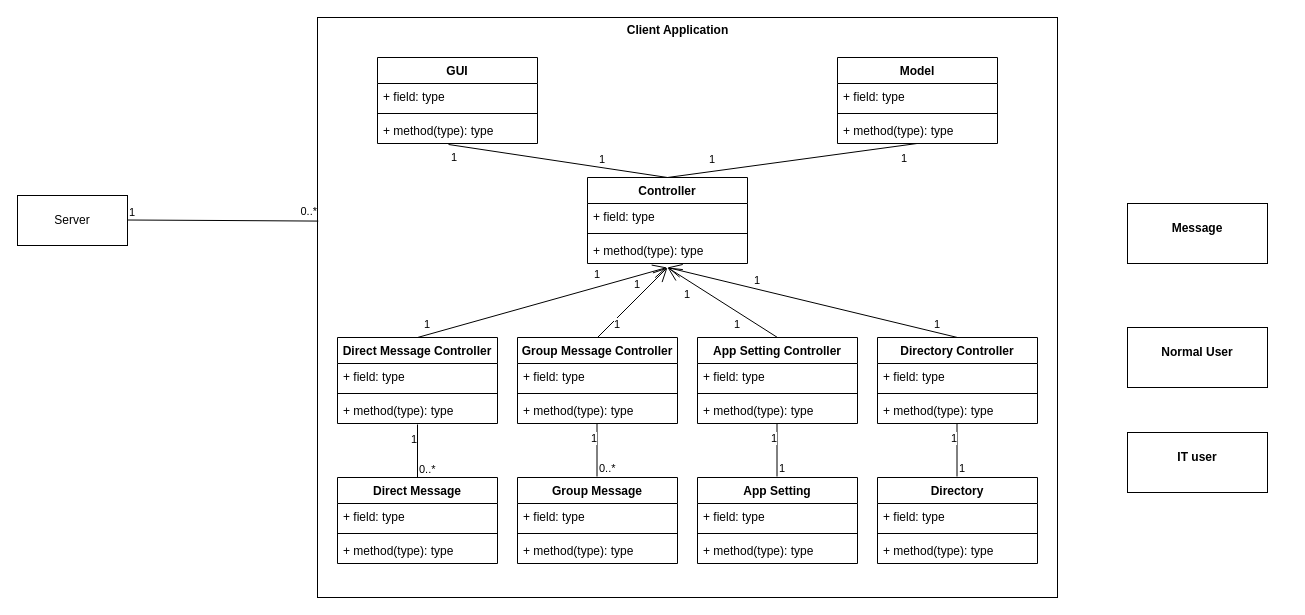
This is page "Client" (2 of 3) of Class_Diagram/Class_Diagram.drawio from Derion12/CS401_Communication_Project_Sp24, a draw.io file, before an edit. Source tidied: cells renumbered, new cells numbered last; positions are measured from the earlier drawing's top-left corner, leaving out a move shared by most shapes. Both pictures are drawn from the tidied source at 100%, with x=0, y=0 at pixel (17, 17).
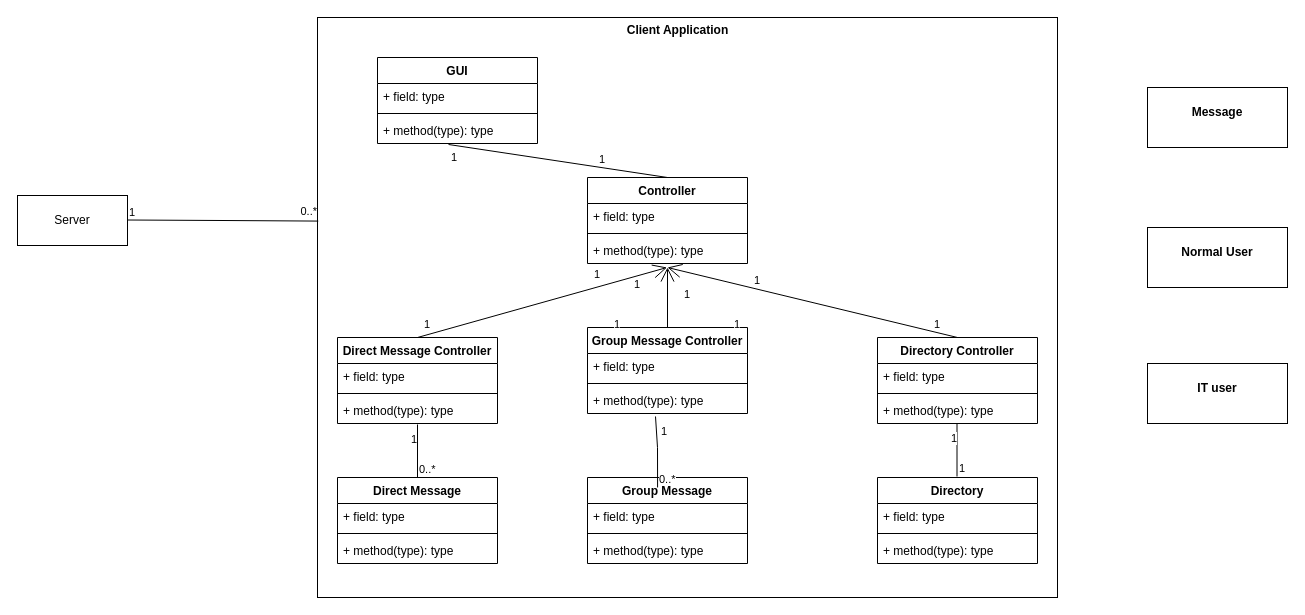
After the change.

The change refers to these unchanged cells:
```xml
<mxCell id="11" value="Controller" style="swimlane;fontStyle=1;align=center;verticalAlign=top;horizontal=1;startSize=26;whiteSpace=wrap;html=1;" parent="1" vertex="1">
  <mxGeometry x="570" y="160" width="160" height="86" as="geometry" />
</mxCell>
<mxCell id="22" value="+ method(type): type" style="text;strokeColor=none;fillColor=none;align=left;verticalAlign=top;spacingLeft=4;spacingRight=4;overflow=hidden;points=[[0,0.5],[1,0.5]];portConstraint=eastwest;whiteSpace=wrap;html=1;" parent="19" vertex="1">
  <mxGeometry y="60" width="160" height="26" as="geometry" />
</mxCell>
```

What changed in the source:
```diff
@@
-    <mxCell id="7" value="Model" style="swimlane;fontStyle=1;align=center;verticalAlign=top;horizontal=1;startSize=26;whiteSpace=wrap;html=1;" parent="1" vertex="1">
-      <mxGeometry x="820" y="40" width="160" height="86" as="geometry" />
-    </mxCell>
-    <mxCell id="8" value="+ field: type" style="text;strokeColor=none;fillColor=none;align=left;verticalAlign=top;spacingLeft=4;spacingRight=4;overflow=hidden;whiteSpace=wrap;html=1;" parent="7" vertex="1">
-      <mxGeometry y="26" width="160" height="26" as="geometry" />
-    </mxCell>
-    <mxCell id="9" style="line;strokeWidth=1;fillColor=none;align=left;verticalAlign=middle;spacingTop=-1;spacingLeft=3;spacingRight=3;labelPosition=right;strokeColor=inherit;" parent="7" vertex="1">
-      <mxGeometry y="52" width="160" height="8" as="geometry" />
-    </mxCell>
-    <mxCell id="10" value="+ method(type): type" style="text;strokeColor=none;fillColor=none;align=left;verticalAlign=top;spacingLeft=4;spacingRight=4;overflow=hidden;whiteSpace=wrap;html=1;" parent="7" vertex="1">
-      <mxGeometry y="60" width="160" height="26" as="geometry" />
-    </mxCell>
@@
     <mxCell id="19" value="Group Message Controller" style="swimlane;fontStyle=1;align=center;verticalAlign=top;horizontal=1;startSize=26;whiteSpace=wrap;html=1;" parent="1" vertex="1">
-      <mxGeometry x="500" y="320" width="160" height="86" as="geometry" />
+      <mxGeometry x="570" y="310" width="160" height="86" as="geometry" />
     </mxCell>
@@
-    <mxCell id="23" value="App Setting Controller" style="swimlane;fontStyle=1;align=center;verticalAlign=top;horizontal=1;startSize=26;whiteSpace=wrap;html=1;" parent="1" vertex="1">
-      <mxGeometry x="680" y="320" width="160" height="86" as="geometry" />
-    </mxCell>
-    <mxCell id="24" value="+ field: type" style="text;strokeColor=none;fillColor=none;align=left;verticalAlign=top;spacingLeft=4;spacingRight=4;overflow=hidden;whiteSpace=wrap;html=1;" parent="23" vertex="1">
-      <mxGeometry y="26" width="160" height="26" as="geometry" />
-    </mxCell>
-    <mxCell id="25" style="line;strokeWidth=1;fillColor=none;align=left;verticalAlign=middle;spacingTop=-1;spacingLeft=3;spacingRight=3;labelPosition=right;strokeColor=inherit;" parent="23" vertex="1">
-      <mxGeometry y="52" width="160" height="8" as="geometry" />
-    </mxCell>
-    <mxCell id="26" value="+ method(type): type" style="text;strokeColor=none;fillColor=none;align=left;verticalAlign=top;spacingLeft=4;spacingRight=4;overflow=hidden;whiteSpace=wrap;html=1;" parent="23" vertex="1">
-      <mxGeometry y="60" width="160" height="26" as="geometry" />
-    </mxCell>
@@
     <mxCell id="35" value="Group Message" style="swimlane;fontStyle=1;align=center;verticalAlign=top;horizontal=1;startSize=26;whiteSpace=wrap;html=1;" parent="1" vertex="1">
-      <mxGeometry x="500" y="460" width="160" height="86" as="geometry" />
+      <mxGeometry x="570" y="460" width="160" height="86" as="geometry" />
     </mxCell>
@@
-    <mxCell id="39" value="App Setting" style="swimlane;fontStyle=1;align=center;verticalAlign=top;horizontal=1;startSize=26;whiteSpace=wrap;html=1;" parent="1" vertex="1">
-      <mxGeometry x="680" y="460" width="160" height="86" as="geometry" />
-    </mxCell>
-    <mxCell id="40" value="+ field: type" style="text;strokeColor=none;fillColor=none;align=left;verticalAlign=top;spacingLeft=4;spacingRight=4;overflow=hidden;whiteSpace=wrap;html=1;" parent="39" vertex="1">
-      <mxGeometry y="26" width="160" height="26" as="geometry" />
-    </mxCell>
-    <mxCell id="41" style="line;strokeWidth=1;fillColor=none;align=left;verticalAlign=middle;spacingTop=-1;spacingLeft=3;spacingRight=3;labelPosition=right;strokeColor=inherit;" parent="39" vertex="1">
-      <mxGeometry y="52" width="160" height="8" as="geometry" />
-    </mxCell>
-    <mxCell id="42" value="+ method(type): type" style="text;strokeColor=none;fillColor=none;align=left;verticalAlign=top;spacingLeft=4;spacingRight=4;overflow=hidden;whiteSpace=wrap;html=1;" parent="39" vertex="1">
-      <mxGeometry y="60" width="160" height="26" as="geometry" />
-    </mxCell>
@@
-    <mxCell id="50" style="endArrow=none;html=1;rounded=0;exitX=0.5;exitY=0;exitDx=0;exitDy=0;entryX=0.5;entryY=1.038;entryDx=0;entryDy=0;entryPerimeter=0;" parent="1" edge="1">
+    <mxCell id="50" style="endArrow=none;html=1;rounded=0;exitX=0.438;exitY=0.116;exitDx=0;exitDy=0;entryX=0.425;entryY=1.115;entryDx=0;entryDy=0;entryPerimeter=0;exitPerimeter=0;" parent="1" edge="1" source="35" target="22">
       <mxGeometry relative="1" as="geometry">
-        <mxPoint x="579.5" y="459" as="sourcePoint" />
-        <mxPoint x="579.5" y="406" as="targetPoint" />
+        <Array as="points">
+          <mxPoint x="640" y="430" />
+        </Array>
       </mxGeometry>
     </mxCell>
@@
     <mxCell id="52" value="1" style="edgeLabel;html=1;align=right;verticalAlign=bottom;" parent="50" vertex="1">
       <mxGeometry x="1" relative="1" as="geometry">
-        <mxPoint y="23" as="offset" />
+        <mxPoint x="12" y="23" as="offset" />
       </mxGeometry>
     </mxCell>
-    <mxCell id="53" style="endArrow=none;html=1;rounded=0;exitX=0.5;exitY=0;exitDx=0;exitDy=0;entryX=0.5;entryY=1.038;entryDx=0;entryDy=0;entryPerimeter=0;" parent="1" edge="1">
-      <mxGeometry relative="1" as="geometry">
-        <mxPoint x="759.5" y="459" as="sourcePoint" />
-        <mxPoint x="759.5" y="406" as="targetPoint" />
-      </mxGeometry>
-    </mxCell>
-    <mxCell id="54" value="1" style="edgeLabel;html=1;align=left;verticalAlign=bottom;" parent="53" vertex="1">
-      <mxGeometry x="-1" relative="1" as="geometry" />
-    </mxCell>
-    <mxCell id="55" value="1" style="edgeLabel;html=1;align=right;verticalAlign=bottom;" parent="53" vertex="1">
-      <mxGeometry x="1" relative="1" as="geometry">
-        <mxPoint y="23" as="offset" />
-      </mxGeometry>
-    </mxCell>
@@
-    <mxCell id="61" style="endArrow=open;endFill=1;endSize=12;html=1;rounded=0;exitX=0.5;exitY=0;exitDx=0;exitDy=0;" parent="1" edge="1" source="23">
-      <mxGeometry relative="1" as="geometry">
-        <mxPoint x="650" y="250" as="targetPoint" />
-      </mxGeometry>
-    </mxCell>
@@
-    <mxCell id="63" style="endArrow=none;html=1;rounded=0;exitX=0.5;exitY=0;exitDx=0;exitDy=0;entryX=0.5;entryY=1.038;entryDx=0;entryDy=0;entryPerimeter=0;" parent="1" edge="1" source="11">
-      <mxGeometry relative="1" as="geometry">
-        <mxPoint x="899.5" y="126" as="targetPoint" />
-      </mxGeometry>
-    </mxCell>
-    <mxCell id="64" value="1" style="edgeLabel;html=1;align=left;verticalAlign=bottom;" parent="63" vertex="1">
-      <mxGeometry x="-1" relative="1" as="geometry">
-        <mxPoint x="40" y="-10" as="offset" />
-      </mxGeometry>
-    </mxCell>
-    <mxCell id="65" value="1" style="edgeLabel;html=1;align=right;verticalAlign=bottom;" parent="63" vertex="1">
-      <mxGeometry x="1" relative="1" as="geometry">
-        <mxPoint x="-10" y="23" as="offset" />
-      </mxGeometry>
-    </mxCell>
@@
     <mxCell id="82" value="&lt;p style=&quot;margin:0px;margin-top:4px;text-align:center;&quot;&gt;&lt;br&gt;&lt;b&gt;Message&lt;/b&gt;&lt;/p&gt;" style="verticalAlign=top;align=left;overflow=fill;html=1;whiteSpace=wrap;" parent="1" vertex="1">
-      <mxGeometry x="1110" y="186" width="140" height="60" as="geometry" />
+      <mxGeometry x="1130" y="70" width="140" height="60" as="geometry" />
     </mxCell>
     <mxCell id="83" value="&lt;p style=&quot;margin:0px;margin-top:4px;text-align:center;&quot;&gt;&lt;br&gt;&lt;b&gt;Normal User&lt;/b&gt;&lt;/p&gt;" style="verticalAlign=top;align=left;overflow=fill;html=1;whiteSpace=wrap;" parent="1" vertex="1">
-      <mxGeometry x="1110" y="310" width="140" height="60" as="geometry" />
+      <mxGeometry x="1130" y="210" width="140" height="60" as="geometry" />
     </mxCell>
     <mxCell id="84" value="&lt;p style=&quot;margin:0px;margin-top:4px;text-align:center;&quot;&gt;&lt;br&gt;&lt;b&gt;IT user&lt;/b&gt;&lt;/p&gt;" style="verticalAlign=top;align=left;overflow=fill;html=1;whiteSpace=wrap;" parent="1" vertex="1">
-      <mxGeometry x="1110" y="415" width="140" height="60" as="geometry" />
+      <mxGeometry x="1130" y="346" width="140" height="60" as="geometry" />
     </mxCell>
```
